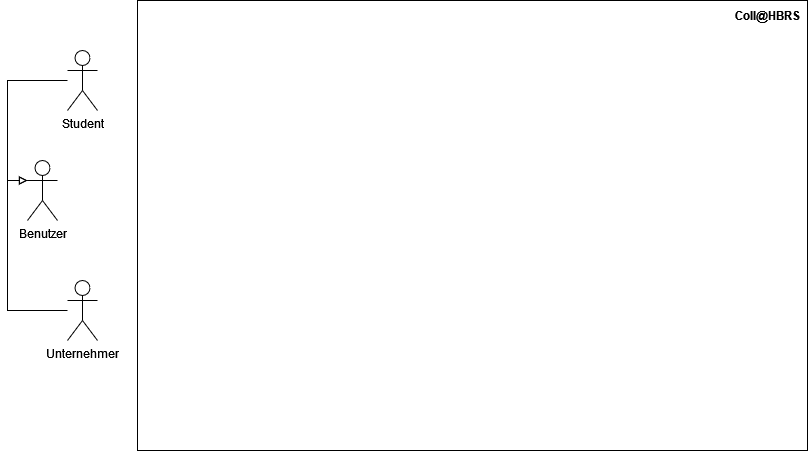
Above: src/org/hbrs/se1/ws22/uebung5/Aufgabe5-1.drawio.png in fitnesstino/WS22-SE1 (draw.io), before the change. Source tidied: cells renumbered, new cells last; positions are measured from the earlier drawing's top-left corner, leaving out a move shared by most shapes. Its diagram source:
```xml
<mxGraphModel>
  <root>
    <mxCell id="0" />
    <mxCell id="1" parent="0" />
    <mxCell id="2" style="edgeStyle=orthogonalEdgeStyle;rounded=0;jettySize=auto;html=1;entryX=0;entryY=0.3333333333333333;entryDx=0;entryDy=0;entryPerimeter=0;endArrow=block;endFill=0;" parent="1" edge="1" target="8">
      <mxGeometry relative="1" as="geometry">
        <mxPoint x="40" y="80" as="sourcePoint" />
      </mxGeometry>
    </mxCell>
    <mxCell id="3" value="Student" style="shape=umlActor;verticalLabelPosition=bottom;verticalAlign=top;html=1;" parent="1" vertex="1">
      <mxGeometry x="40" y="50" width="30" height="60" as="geometry" />
    </mxCell>
    <mxCell id="4" style="edgeStyle=orthogonalEdgeStyle;rounded=0;jettySize=auto;html=1;entryX=0;entryY=0.3333333333333333;entryDx=0;entryDy=0;entryPerimeter=0;endArrow=block;endFill=0;" parent="1" edge="1" source="5" target="8">
      <mxGeometry relative="1" as="geometry" />
    </mxCell>
    <mxCell id="5" value="Unternehmer" style="shape=umlActor;verticalLabelPosition=bottom;verticalAlign=top;html=1;" parent="1" vertex="1">
      <mxGeometry x="40" y="280" width="30" height="60" as="geometry" />
    </mxCell>
    <mxCell id="6" style="rounded=0;whiteSpace=wrap;html=1;fillColor=none;" parent="1" vertex="1">
      <mxGeometry x="110" width="670" height="450" as="geometry" />
    </mxCell>
    <mxCell id="7" value="Coll@HBRS" style="text;html=1;strokeColor=none;fillColor=none;align=center;verticalAlign=middle;whiteSpace=wrap;rounded=0;fontStyle=1;" parent="1" vertex="1">
      <mxGeometry x="710" width="60" height="30" as="geometry" />
    </mxCell>
    <mxCell id="8" value="Benutzer" style="shape=umlActor;verticalLabelPosition=bottom;verticalAlign=top;html=1;fillColor=none;" parent="1" vertex="1">
      <mxGeometry y="160" width="30" height="60" as="geometry" />
    </mxCell>
  </root>
</mxGraphModel>
```
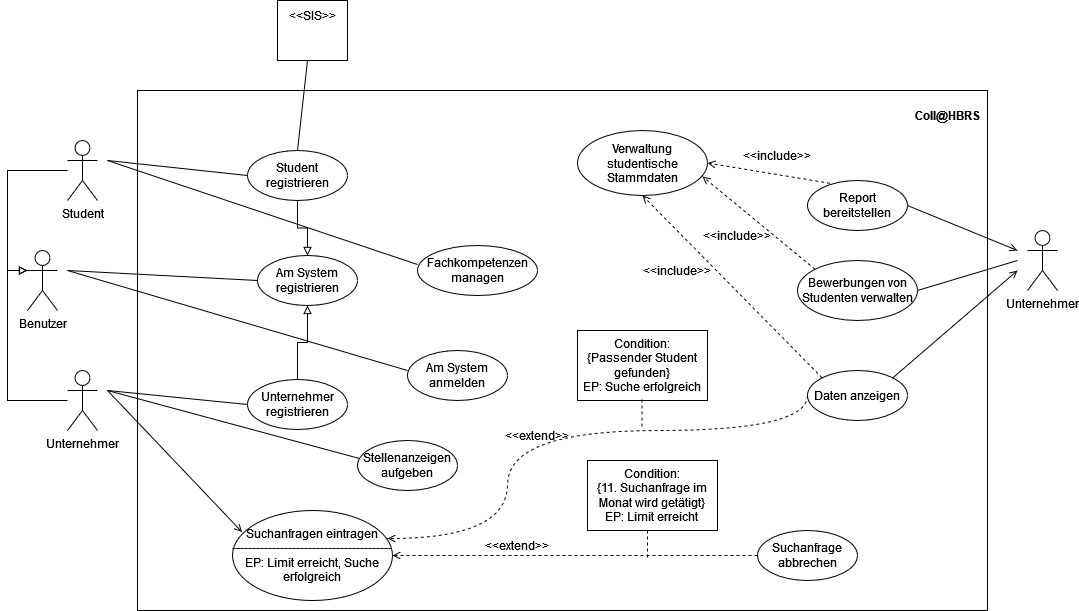
The same file after the commit.

Change to the diagram source:
```diff
@@ -2,6 +2,9 @@
   <root>
     <mxCell id="0" />
     <mxCell id="1" parent="0" />
+    <mxCell id="6" style="rounded=0;whiteSpace=wrap;html=1;fillColor=none;" parent="1" vertex="1">
+      <mxGeometry x="110" width="850" height="520" as="geometry" />
+    </mxCell>
     <mxCell id="2" style="edgeStyle=orthogonalEdgeStyle;rounded=0;jettySize=auto;html=1;entryX=0;entryY=0.3333333333333333;entryDx=0;entryDy=0;entryPerimeter=0;endArrow=block;endFill=0;" parent="1" edge="1" target="8">
       <mxGeometry relative="1" as="geometry">
         <mxPoint x="40" y="80" as="sourcePoint" />
@@ -16,14 +19,179 @@
     <mxCell id="5" value="Unternehmer" style="shape=umlActor;verticalLabelPosition=bottom;verticalAlign=top;html=1;" parent="1" vertex="1">
       <mxGeometry x="40" y="280" width="30" height="60" as="geometry" />
     </mxCell>
-    <mxCell id="6" style="rounded=0;whiteSpace=wrap;html=1;fillColor=none;" parent="1" vertex="1">
-      <mxGeometry x="110" width="670" height="450" as="geometry" />
-    </mxCell>
     <mxCell id="7" value="Coll@HBRS" style="text;html=1;strokeColor=none;fillColor=none;align=center;verticalAlign=middle;whiteSpace=wrap;rounded=0;fontStyle=1;" parent="1" vertex="1">
-      <mxGeometry x="710" width="60" height="30" as="geometry" />
+      <mxGeometry x="890" y="10" width="60" height="30" as="geometry" />
     </mxCell>
     <mxCell id="8" value="Benutzer" style="shape=umlActor;verticalLabelPosition=bottom;verticalAlign=top;html=1;fillColor=none;" parent="1" vertex="1">
       <mxGeometry y="160" width="30" height="60" as="geometry" />
     </mxCell>
+    <mxCell id="9" value="Am System registrieren" style="ellipse;whiteSpace=wrap;html=1;fillColor=none;" parent="1" vertex="1">
+      <mxGeometry x="230" y="165" width="100" height="50" as="geometry" />
+    </mxCell>
+    <mxCell id="10" style="endArrow=none;html=1;rounded=0;entryX=0;entryY=0.5;entryDx=0;entryDy=0;" parent="1" edge="1" target="9">
+      <mxGeometry relative="1" as="geometry">
+        <mxPoint x="40" y="180" as="sourcePoint" />
+      </mxGeometry>
+    </mxCell>
+    <mxCell id="11" style="edgeStyle=orthogonalEdgeStyle;rounded=0;jettySize=auto;html=1;entryX=0.5;entryY=0;entryDx=0;entryDy=0;endArrow=block;endFill=0;" parent="1" edge="1" source="12" target="9">
+      <mxGeometry relative="1" as="geometry" />
+    </mxCell>
+    <mxCell id="12" value="Student registrieren" style="ellipse;whiteSpace=wrap;html=1;fillColor=none;" parent="1" vertex="1">
+      <mxGeometry x="220" y="60" width="100" height="50" as="geometry" />
+    </mxCell>
+    <mxCell id="13" style="edgeStyle=orthogonalEdgeStyle;rounded=0;jettySize=auto;html=1;entryX=0.5;entryY=1;entryDx=0;entryDy=0;endArrow=block;endFill=0;" parent="1" edge="1" source="14" target="9">
+      <mxGeometry relative="1" as="geometry" />
+    </mxCell>
+    <mxCell id="14" value="Unternehmer registrieren" style="ellipse;whiteSpace=wrap;html=1;fillColor=none;" parent="1" vertex="1">
+      <mxGeometry x="220" y="289" width="100" height="50" as="geometry" />
+    </mxCell>
+    <mxCell id="15" style="endArrow=none;html=1;rounded=0;entryX=0;entryY=0.5;entryDx=0;entryDy=0;" parent="1" edge="1">
+      <mxGeometry relative="1" as="geometry">
+        <mxPoint x="80" y="300" as="sourcePoint" />
+        <mxPoint x="220" y="314" as="targetPoint" />
+      </mxGeometry>
+    </mxCell>
+    <mxCell id="16" style="endArrow=none;html=1;rounded=0;entryX=0;entryY=0.5;entryDx=0;entryDy=0;" parent="1" edge="1">
+      <mxGeometry relative="1" as="geometry">
+        <mxPoint x="80" y="70" as="sourcePoint" />
+        <mxPoint x="220" y="85" as="targetPoint" />
+      </mxGeometry>
+    </mxCell>
+    <mxCell id="17" value="&lt;div&gt;&amp;lt;&amp;lt;SIS&amp;gt;&amp;gt;&lt;/div&gt;&lt;div&gt;&lt;br&gt;&lt;/div&gt;&lt;div&gt;&lt;br&gt;&lt;/div&gt;" style="rounded=0;whiteSpace=wrap;html=1;fillColor=none;" parent="1" vertex="1">
+      <mxGeometry x="250" y="-90" width="70" height="60" as="geometry" />
+    </mxCell>
+    <mxCell id="18" style="endArrow=none;html=1;rounded=0;entryX=0.5;entryY=0;entryDx=0;entryDy=0;" parent="1" edge="1" target="12">
+      <mxGeometry relative="1" as="geometry">
+        <mxPoint x="280" y="-30" as="sourcePoint" />
+      </mxGeometry>
+    </mxCell>
+    <mxCell id="19" style="endArrow=none;html=1;rounded=0;" parent="1" edge="1">
+      <mxGeometry relative="1" as="geometry">
+        <mxPoint x="40" y="180" as="sourcePoint" />
+        <mxPoint x="380" y="280" as="targetPoint" />
+      </mxGeometry>
+    </mxCell>
+    <mxCell id="20" value="Am System anmelden" style="ellipse;whiteSpace=wrap;html=1;fillColor=none;" parent="1" vertex="1">
+      <mxGeometry x="380" y="260" width="100" height="50" as="geometry" />
+    </mxCell>
+    <mxCell id="21" style="endArrow=none;html=1;rounded=0;entryX=0;entryY=0.38;entryDx=0;entryDy=0;entryPerimeter=0;" parent="1" edge="1" target="22">
+      <mxGeometry relative="1" as="geometry">
+        <mxPoint x="80" y="70" as="sourcePoint" />
+      </mxGeometry>
+    </mxCell>
+    <mxCell id="22" value="Fachkompetenzen managen" style="ellipse;whiteSpace=wrap;html=1;fillColor=none;" parent="1" vertex="1">
+      <mxGeometry x="390" y="155" width="120" height="50" as="geometry" />
+    </mxCell>
+    <mxCell id="23" style="endArrow=none;html=1;rounded=0;entryX=0.02;entryY=0.36;entryDx=0;entryDy=0;entryPerimeter=0;" parent="1" edge="1" target="24">
+      <mxGeometry relative="1" as="geometry">
+        <mxPoint x="80" y="300" as="sourcePoint" />
+      </mxGeometry>
+    </mxCell>
+    <mxCell id="24" value="Stellenanzeigen aufgeben" style="ellipse;whiteSpace=wrap;html=1;fillColor=none;" parent="1" vertex="1">
+      <mxGeometry x="330" y="350" width="100" height="50" as="geometry" />
+    </mxCell>
+    <mxCell id="25" style="endArrow=open;html=1;rounded=0;endFill=0;entryX=0.06;entryY=0.24;entryDx=0;entryDy=0;entryPerimeter=0;" parent="1" edge="1" target="26">
+      <mxGeometry relative="1" as="geometry">
+        <mxPoint x="80" y="300" as="sourcePoint" />
+      </mxGeometry>
+    </mxCell>
+    <mxCell id="26" value="&lt;div&gt;Suchanfragen eintragen&lt;/div&gt;&lt;div&gt;----------------------------------------&lt;/div&gt;EP: Limit erreicht, Suche erfolgreich" style="ellipse;whiteSpace=wrap;html=1;fillColor=none;" parent="1" vertex="1">
+      <mxGeometry x="205" y="420" width="160" height="90" as="geometry" />
+    </mxCell>
+    <mxCell id="27" style="edgeStyle=orthogonalEdgeStyle;rounded=0;jettySize=auto;html=1;entryX=1;entryY=0.5;entryDx=0;entryDy=0;endArrow=open;endFill=0;dashed=1;" parent="1" edge="1" source="28" target="26">
+      <mxGeometry relative="1" as="geometry">
+        <Array as="points">
+          <mxPoint x="430" y="465" />
+          <mxPoint x="430" y="465" />
+        </Array>
+      </mxGeometry>
+    </mxCell>
+    <mxCell id="28" value="Suchanfrage abbrechen" style="ellipse;whiteSpace=wrap;html=1;fillColor=none;" parent="1" vertex="1">
+      <mxGeometry x="730" y="440" width="100" height="50" as="geometry" />
+    </mxCell>
+    <mxCell id="29" value="&lt;div&gt;Condition:&lt;/div&gt;&lt;div&gt;{11. Suchanfrage im Monat wird getätigt}&lt;/div&gt;&lt;div&gt;EP: Limit erreicht&lt;br&gt;&lt;/div&gt;" style="rounded=0;whiteSpace=wrap;html=1;fillColor=none;" parent="1" vertex="1">
+      <mxGeometry x="560" y="370" width="130" height="70" as="geometry" />
+    </mxCell>
+    <mxCell id="30" style="edgeStyle=orthogonalEdgeStyle;rounded=0;orthogonalLoop=1;jettySize=auto;html=1;endArrow=none;endFill=0;dashed=1;" parent="1" edge="1">
+      <mxGeometry relative="1" as="geometry">
+        <mxPoint x="620" y="440" as="sourcePoint" />
+        <mxPoint x="620" y="470" as="targetPoint" />
+      </mxGeometry>
+    </mxCell>
+    <mxCell id="31" value="Report bereitstellen" style="ellipse;whiteSpace=wrap;html=1;fillColor=none;" parent="1" vertex="1">
+      <mxGeometry x="780" y="90" width="100" height="50" as="geometry" />
+    </mxCell>
+    <mxCell id="32" value="Unternehmer" style="shape=umlActor;verticalLabelPosition=bottom;verticalAlign=top;html=1;" parent="1" vertex="1">
+      <mxGeometry x="1000" y="140" width="30" height="60" as="geometry" />
+    </mxCell>
+    <mxCell id="33" style="endArrow=open;html=1;rounded=0;entryX=0;entryY=0.5;entryDx=0;entryDy=0;exitX=1;exitY=0.5;exitDx=0;exitDy=0;endFill=0;" parent="1" edge="1" source="31">
+      <mxGeometry relative="1" as="geometry">
+        <mxPoint x="990" y="160" as="targetPoint" />
+      </mxGeometry>
+    </mxCell>
+    <mxCell id="34" value="Bewerbungen von Studenten verwalten" style="ellipse;whiteSpace=wrap;html=1;fillColor=none;" parent="1" vertex="1">
+      <mxGeometry x="770" y="170" width="120" height="60" as="geometry" />
+    </mxCell>
+    <mxCell id="35" style="endArrow=none;html=1;rounded=0;entryX=0;entryY=0.5;entryDx=0;entryDy=0;exitX=1;exitY=0.5;exitDx=0;exitDy=0;" parent="1" edge="1" source="34">
+      <mxGeometry relative="1" as="geometry">
+        <mxPoint x="990" y="170" as="targetPoint" />
+      </mxGeometry>
+    </mxCell>
+    <mxCell id="36" value="Daten anzeigen" style="ellipse;whiteSpace=wrap;html=1;fillColor=none;" parent="1" vertex="1">
+      <mxGeometry x="780" y="280" width="100" height="50" as="geometry" />
+    </mxCell>
+    <mxCell id="37" style="endArrow=open;html=1;rounded=0;exitX=1;exitY=0;exitDx=0;exitDy=0;endFill=0;" parent="1" edge="1" source="36">
+      <mxGeometry relative="1" as="geometry">
+        <mxPoint x="990" y="180" as="targetPoint" />
+      </mxGeometry>
+    </mxCell>
+    <mxCell id="38" style="edgeStyle=orthogonalEdgeStyle;jettySize=auto;html=1;entryX=0.969;entryY=0.311;entryDx=0;entryDy=0;endArrow=open;endFill=0;dashed=1;entryPerimeter=0;curved=1;" parent="1" edge="1" target="26">
+      <mxGeometry relative="1" as="geometry">
+        <mxPoint x="780" y="305" as="sourcePoint" />
+        <Array as="points">
+          <mxPoint x="780" y="340" />
+          <mxPoint x="480" y="340" />
+          <mxPoint x="480" y="448" />
+        </Array>
+      </mxGeometry>
+    </mxCell>
+    <mxCell id="39" value="&lt;div&gt;Condition:&lt;/div&gt;&lt;div&gt;{Passender Student gefunden}&lt;/div&gt;&lt;div&gt;EP: Suche erfolgreich&lt;br&gt;&lt;/div&gt;" style="rounded=0;whiteSpace=wrap;html=1;fillColor=none;" parent="1" vertex="1">
+      <mxGeometry x="550" y="240" width="130" height="70" as="geometry" />
+    </mxCell>
+    <mxCell id="40" style="edgeStyle=orthogonalEdgeStyle;rounded=0;orthogonalLoop=1;jettySize=auto;html=1;endArrow=none;endFill=0;dashed=1;" parent="1" edge="1">
+      <mxGeometry relative="1" as="geometry">
+        <mxPoint x="614.5" y="309" as="sourcePoint" />
+        <mxPoint x="614.5" y="339" as="targetPoint" />
+      </mxGeometry>
+    </mxCell>
+    <mxCell id="41" value="Verwaltung studentische Stammdaten" style="ellipse;whiteSpace=wrap;html=1;fillColor=none;" parent="1" vertex="1">
+      <mxGeometry x="550" y="40" width="130" height="65" as="geometry" />
+    </mxCell>
+    <mxCell id="42" value="&amp;lt;&amp;lt;extend&amp;gt;&amp;gt;" style="text;html=1;strokeColor=none;fillColor=none;align=center;verticalAlign=middle;whiteSpace=wrap;rounded=0;" parent="1" vertex="1">
+      <mxGeometry x="460" y="440" width="60" height="30" as="geometry" />
+    </mxCell>
+    <mxCell id="43" value="&amp;lt;&amp;lt;extend&amp;gt;&amp;gt;" style="text;html=1;strokeColor=none;fillColor=none;align=center;verticalAlign=middle;whiteSpace=wrap;rounded=0;" parent="1" vertex="1">
+      <mxGeometry x="480" y="330" width="60" height="30" as="geometry" />
+    </mxCell>
+    <mxCell id="44" style="endArrow=open;html=1;dashed=1;curved=1;entryX=0.5;entryY=1;entryDx=0;entryDy=0;exitX=0;exitY=0;exitDx=0;exitDy=0;endFill=0;" parent="1" edge="1" source="36" target="41">
+      <mxGeometry relative="1" as="geometry" />
+    </mxCell>
+    <mxCell id="45" value="&amp;lt;&amp;lt;include&amp;gt;&amp;gt;" style="text;html=1;strokeColor=none;fillColor=none;align=center;verticalAlign=middle;whiteSpace=wrap;rounded=0;" parent="1" vertex="1">
+      <mxGeometry x="620" y="165" width="60" height="30" as="geometry" />
+    </mxCell>
+    <mxCell id="46" style="endArrow=open;html=1;dashed=1;curved=1;exitX=0;exitY=0;exitDx=0;exitDy=0;endFill=0;entryX=0.962;entryY=0.708;entryDx=0;entryDy=0;entryPerimeter=0;" parent="1" edge="1" source="34" target="41">
+      <mxGeometry relative="1" as="geometry" />
+    </mxCell>
+    <mxCell id="47" value="&amp;lt;&amp;lt;include&amp;gt;&amp;gt;" style="text;html=1;strokeColor=none;fillColor=none;align=center;verticalAlign=middle;whiteSpace=wrap;rounded=0;" parent="1" vertex="1">
+      <mxGeometry x="680" y="130" width="60" height="30" as="geometry" />
+    </mxCell>
+    <mxCell id="48" style="endArrow=open;html=1;dashed=1;curved=1;exitX=0;exitY=0;exitDx=0;exitDy=0;endFill=0;entryX=1;entryY=0.5;entryDx=0;entryDy=0;" parent="1" edge="1" target="41">
+      <mxGeometry relative="1" as="geometry">
+        <mxPoint x="802.5" y="92.8" as="sourcePoint" />
+      </mxGeometry>
+    </mxCell>
+    <mxCell id="49" value="&amp;lt;&amp;lt;include&amp;gt;&amp;gt;" style="text;html=1;strokeColor=none;fillColor=none;align=center;verticalAlign=middle;whiteSpace=wrap;rounded=0;" parent="1" vertex="1">
+      <mxGeometry x="720" y="50" width="60" height="30" as="geometry" />
+    </mxCell>
   </root>
 </mxGraphModel>
```
